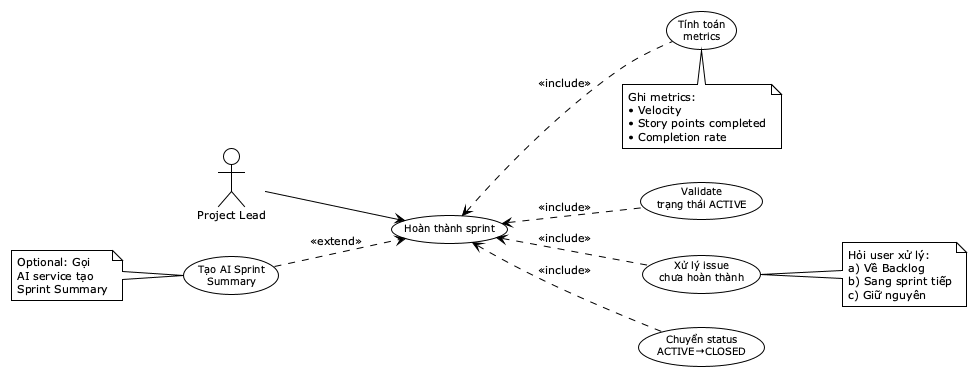
Above: reports/dat-examples/report/images/uc02_3_complete_sprint.png in toantran292/datn (PlantUML), before the change. Source of this version:
```plantuml
@startuml
!theme plain
skinparam defaultFontSize 11
skinparam usecaseFontSize 10

left to right direction

actor "Project Lead" as PL

usecase "Hoàn thành sprint" as UC_Complete
usecase "Validate\ntrạng thái ACTIVE" as UC_ValidateActive
usecase "Xử lý issue\nchưa hoàn thành" as UC_HandleIssues
usecase "Chuyển status\nACTIVE→CLOSED" as UC_Close
usecase "Tính toán\nmetrics" as UC_Metrics
usecase "Tạo AI Sprint\nSummary" as UC_AISummary

PL --> UC_Complete

UC_ValidateActive .up.> UC_Complete : <<include>>
UC_HandleIssues .up.> UC_Complete : <<include>>
UC_Close .up.> UC_Complete : <<include>>
UC_Metrics .up.> UC_Complete : <<include>>

UC_AISummary ..> UC_Complete : <<extend>>

note right of UC_HandleIssues
  Hỏi user xử lý:
  a) Về Backlog
  b) Sang sprint tiếp
  c) Giữ nguyên
end note

note bottom of UC_Metrics
  Ghi metrics:
  • Velocity
  • Story points completed
  • Completion rate
end note

note left of UC_AISummary
  Optional: Gọi
  AI service tạo
  Sprint Summary
end note

@enduml
```
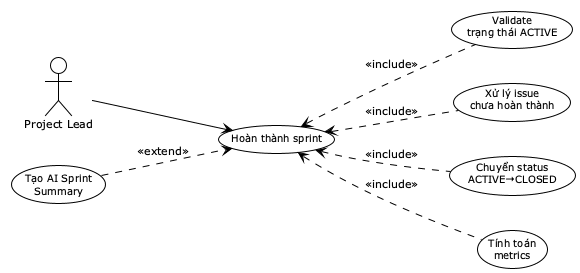
The same diagram one commit later.

Diff of the diagram source:
```diff
@@ -23,24 +23,7 @@
 
 UC_AISummary ..> UC_Complete : <<extend>>
 
-note right of UC_HandleIssues
-  Hỏi user xử lý:
-  a) Về Backlog
-  b) Sang sprint tiếp
-  c) Giữ nguyên
-end note
 
-note bottom of UC_Metrics
-  Ghi metrics:
-  • Velocity
-  • Story points completed
-  • Completion rate
-end note
 
-note left of UC_AISummary
-  Optional: Gọi
-  AI service tạo
-  Sprint Summary
-end note
 
 @enduml
```
